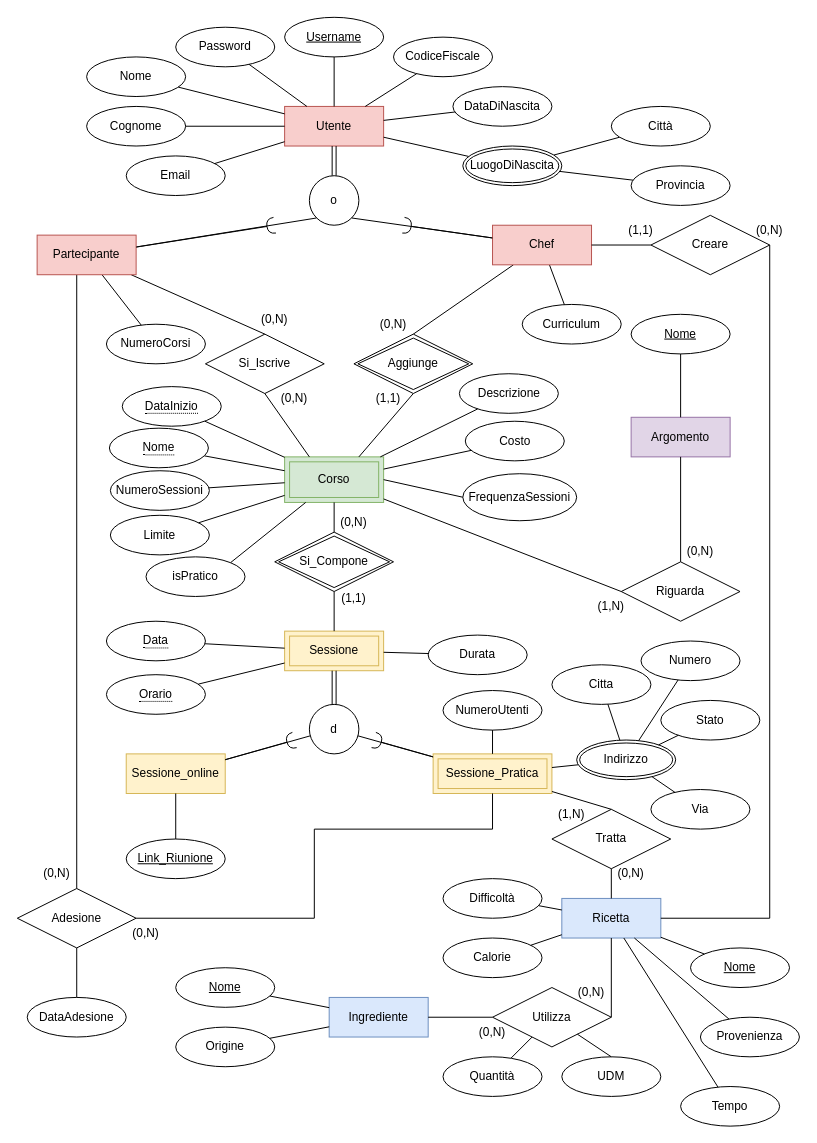
KiyoWasTakenn/UninaFoodLab keeps this draw.io diagram as Database/Modello_Concettuale/src/UninaFoodLab_ER.drawio. Above is the earlier version. Source tidied: cells renumbered, new cells numbered last; positions are measured from the earlier drawing's top-left corner, leaving out a move shared by most shapes. Both pictures are drawn from the tidied source at 99%, with x=0, y=0 at pixel (17, 17).
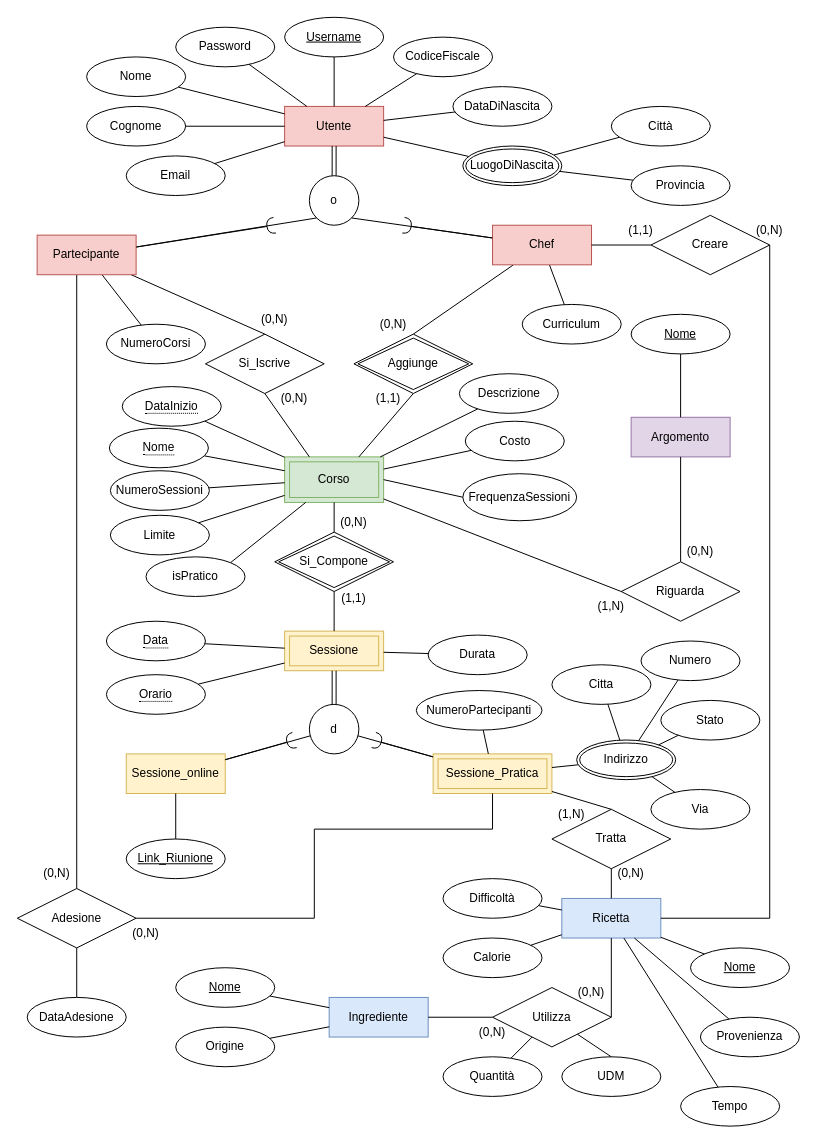
After the change.

The edit, as a diff of the source:
```diff
@@
-    <mxCell id="102" value="NumeroUtenti" style="ellipse;whiteSpace=wrap;html=1;align=center;" parent="1" vertex="1">
-      <mxGeometry x="430" y="680" width="100" height="40" as="geometry" />
+    <mxCell id="102" value="NumeroPartecipanti" style="ellipse;whiteSpace=wrap;html=1;align=center;" parent="1" vertex="1">
+      <mxGeometry x="403" y="680" width="127" height="40" as="geometry" />
     </mxCell>
```
